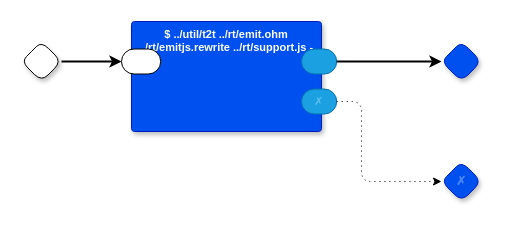
The draw.io diagram page "RT to Javascript" (14 of 24) of html-larson/code-generator.drawio in guitarvydas/zddemos, before the edit. Source tidied: cells renumbered, new cells numbered last; positions are measured from the earlier drawing's top-left corner, leaving out a move shared by most shapes. Both pictures are drawn from the tidied source at 100%, with x=0, y=0 at pixel (21, 21).
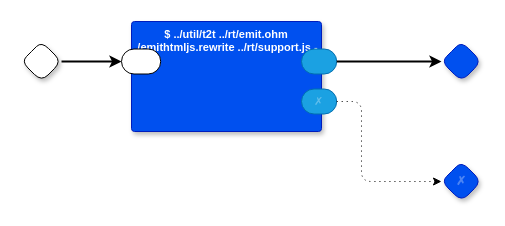
The same page after the edit.

What changed in the source:
```diff
@@
 <mxGraphModel>
   <root>
     <mxCell id="0" />
     <mxCell id="1" parent="0" />
     <mxCell id="2" style="rhombus;whiteSpace=wrap;html=1;rounded=1;fontStyle=1;glass=0;sketch=0;fontSize=12;points=[[0,0.5,0,0,0],[0.5,0,0,0,0],[0.5,1,0,0,0],[1,0.5,0,0,0]];shadow=1;fontFamily=Helvetica;fontColor=default;" parent="1" vertex="1">
       <mxGeometry y="20" width="40" height="40" as="geometry" />
     </mxCell>
     <mxCell id="3" style="rhombus;whiteSpace=wrap;html=1;rounded=1;fontStyle=1;glass=0;sketch=0;fontSize=12;points=[[0,0.5,0,0,0],[0.5,0,0,0,0],[0.5,1,0,0,0],[1,0.5,0,0,0]];shadow=1;fillColor=#0050ef;fontColor=#ffffff;strokeColor=#001DBC;fontFamily=Helvetica;" parent="1" vertex="1">
       <mxGeometry x="420" y="20" width="40" height="40" as="geometry" />
     </mxCell>
     <mxCell id="4" value="✗" style="rhombus;whiteSpace=wrap;html=1;rounded=1;fillColor=#0050ef;fontColor=#ffffff;strokeColor=#001DBC;fontStyle=1;glass=0;sketch=0;fontSize=12;points=[[0,0.5,0,0,0],[0.5,0,0,0,0],[0.5,1,0,0,0],[1,0.5,0,0,0]];shadow=1;textOpacity=30;" parent="1" vertex="1">
       <mxGeometry x="420" y="140" width="40" height="40" as="geometry" />
     </mxCell>
-    <mxCell id="5" value="$ ../util/t2t ../rt/emit.ohm ../rt/emitjs.rewrite ../rt/support.js -" style="rounded=1;sketch=0;verticalAlign=top;arcSize=6;fontStyle=1;absoluteArcSize=1;shadow=1;strokeColor=#001DBC;fillColor=#0050ef;fontColor=#ffffff;fontFamily=Helvetica;fontSize=11;whiteSpace=wrap;" parent="1" vertex="1">
+    <mxCell id="5" value="$ ../util/t2t ../rt/emit.ohm ./emithtmljs.rewrite ../rt/support.js -" style="rounded=1;sketch=0;verticalAlign=top;arcSize=6;fontStyle=1;absoluteArcSize=1;shadow=1;strokeColor=#001DBC;fillColor=#0050ef;fontColor=#ffffff;fontFamily=Helvetica;fontSize=11;whiteSpace=wrap;" parent="1" vertex="1">
       <mxGeometry x="110" width="190" height="110" as="geometry" />
     </mxCell>
     <mxCell id="6" style="rounded=1;whiteSpace=wrap;html=1;sketch=0;points=[[0,0.5,0,0,0],[1,0.5,0,0,0]];arcSize=50;fontFamily=Helvetica;fontSize=11;fontColor=default;" parent="5" vertex="1">
       <mxGeometry x="-10" y="27.5" width="39.2" height="25" as="geometry" />
     </mxCell>
     <mxCell id="7" style="rounded=1;whiteSpace=wrap;html=1;sketch=0;points=[[0,0.5,0,0,0],[1,0.5,0,0,0]];fillColor=#1ba1e2;fontColor=#ffffff;strokeColor=#006EAF;arcSize=50;fontFamily=Helvetica;fontSize=11;" parent="5" vertex="1">
       <mxGeometry x="170" y="27.5" width="35.2" height="25" as="geometry" />
     </mxCell>
     <mxCell id="8" value="✗" style="rounded=1;whiteSpace=wrap;html=1;sketch=0;points=[[0,0.5,0,0,0],[1,0.5,0,0,0]];fillColor=#1ba1e2;fontColor=#ffffff;strokeColor=#006EAF;arcSize=50;fontFamily=Helvetica;fontSize=11;textOpacity=30;" parent="5" vertex="1">
       <mxGeometry x="170" y="67.5" width="35.2" height="25" as="geometry" />
     </mxCell>
     <mxCell id="9" style="edgeStyle=orthogonalEdgeStyle;rounded=0;jettySize=auto;html=1;exitX=1;exitY=0.5;exitDx=0;exitDy=0;exitPerimeter=0;entryX=0;entryY=0.5;entryDx=0;entryDy=0;entryPerimeter=0;strokeWidth=2;" parent="1" edge="1" source="2" target="6">
       <mxGeometry relative="1" as="geometry" />
     </mxCell>
     <mxCell id="10" style="edgeStyle=orthogonalEdgeStyle;rounded=0;jettySize=auto;html=1;exitX=1;exitY=0.5;exitDx=0;exitDy=0;exitPerimeter=0;strokeWidth=2;entryX=0;entryY=0.5;entryDx=0;entryDy=0;entryPerimeter=0;" parent="1" edge="1" source="7" target="3">
       <mxGeometry relative="1" as="geometry" />
     </mxCell>
     <mxCell id="11" style="edgeStyle=orthogonalEdgeStyle;rounded=1;jettySize=auto;html=1;exitX=1;exitY=0.5;exitDx=0;exitDy=0;exitPerimeter=0;entryX=0;entryY=0.5;entryDx=0;entryDy=0;entryPerimeter=0;curved=0;dashed=1;dashPattern=1 4;" parent="1" edge="1" source="8" target="4">
       <mxGeometry relative="1" as="geometry">
         <Array as="points">
           <mxPoint x="340" y="80" />
           <mxPoint x="340" y="160" />
         </Array>
       </mxGeometry>
     </mxCell>
   </root>
 </mxGraphModel>
```
